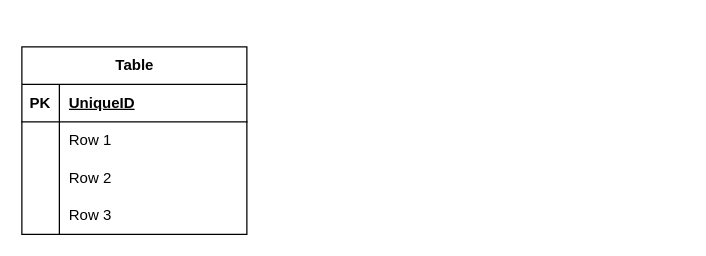
charlesmudima/draw.io keeps this draw.io diagram as WineAppSchema.drawio. Above is the earlier version. Source tidied: cells renumbered, new cells numbered last; positions are measured from the earlier drawing's top-left corner, leaving out a move shared by most shapes. Both pictures are drawn from the tidied source at 125%, with x=0, y=0 at pixel (21, 46).
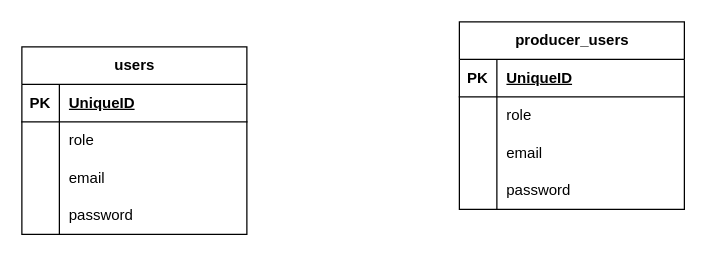
After the change.

Unchanged cells that the change refers to:
```xml
<mxCell id="6" style="shape=tableRow;horizontal=0;startSize=0;swimlaneHead=0;swimlaneBody=0;fillColor=none;top=0;left=0;right=0;bottom=0;" parent="2" vertex="1">
  <mxGeometry y="60" width="180" height="30" as="geometry" />
</mxCell>
<mxCell id="9" style="shape=tableRow;horizontal=0;startSize=0;swimlaneHead=0;swimlaneBody=0;fillColor=none;top=0;left=0;right=0;bottom=0;" parent="2" vertex="1">
  <mxGeometry y="90" width="180" height="30" as="geometry" />
</mxCell>
<mxCell id="12" style="shape=tableRow;horizontal=0;startSize=0;swimlaneHead=0;swimlaneBody=0;fillColor=none;top=0;left=0;right=0;bottom=0;" parent="2" vertex="1">
  <mxGeometry y="120" width="180" height="30" as="geometry" />
</mxCell>
```

Change to the diagram source:
```diff
@@
-    <mxCell id="2" value="Table" style="shape=table;startSize=30;childLayout=tableLayout;rowLines=0;fontStyle=1;align=center;html=1;" parent="1" vertex="1">
+    <mxCell id="2" value="users" style="shape=table;startSize=30;childLayout=tableLayout;rowLines=0;fontStyle=1;align=center;html=1;" parent="1" vertex="1">
       <mxGeometry width="180" height="150" as="geometry" />
     </mxCell>
@@
-    <mxCell id="8" value="Row 1" style="shape=partialRectangle;fillColor=none;top=0;left=0;bottom=0;right=0;align=left;spacingLeft=6;overflow=hidden;whiteSpace=wrap;html=1;" parent="6" vertex="1">
+    <mxCell id="8" value="role&lt;span style=&quot;white-space: pre;&quot;&gt;&#9;&lt;/span&gt;" style="shape=partialRectangle;fillColor=none;top=0;left=0;bottom=0;right=0;align=left;spacingLeft=6;overflow=hidden;whiteSpace=wrap;html=1;" parent="6" vertex="1">
       <mxGeometry x="30" width="150" height="30" as="geometry" />
     </mxCell>
@@
-    <mxCell id="11" value="Row 2" style="shape=partialRectangle;fillColor=none;top=0;left=0;bottom=0;right=0;align=left;spacingLeft=6;overflow=hidden;whiteSpace=wrap;html=1;" parent="9" vertex="1">
+    <mxCell id="11" value="email" style="shape=partialRectangle;fillColor=none;top=0;left=0;bottom=0;right=0;align=left;spacingLeft=6;overflow=hidden;whiteSpace=wrap;html=1;" parent="9" vertex="1">
       <mxGeometry x="30" width="150" height="30" as="geometry" />
     </mxCell>
@@
-    <mxCell id="14" value="Row 3" style="shape=partialRectangle;fillColor=none;top=0;left=0;bottom=0;right=0;align=left;spacingLeft=6;overflow=hidden;whiteSpace=wrap;html=1;" parent="12" vertex="1">
+    <mxCell id="14" value="password" style="shape=partialRectangle;fillColor=none;top=0;left=0;bottom=0;right=0;align=left;spacingLeft=6;overflow=hidden;whiteSpace=wrap;html=1;" parent="12" vertex="1">
       <mxGeometry x="30" width="150" height="30" as="geometry" />
     </mxCell>
+    <mxCell id="15" value="producer_users" style="shape=table;startSize=30;childLayout=tableLayout;rowLines=0;fontStyle=1;align=center;html=1;" parent="1" vertex="1">
+      <mxGeometry x="350" y="-20" width="180" height="150" as="geometry" />
+    </mxCell>
+    <mxCell id="16" style="shape=tableRow;horizontal=0;startSize=0;swimlaneHead=0;swimlaneBody=0;fillColor=none;top=0;left=0;right=0;bottom=1;" parent="15" vertex="1">
+      <mxGeometry y="30" width="180" height="30" as="geometry" />
+    </mxCell>
+    <mxCell id="17" value="PK" style="shape=partialRectangle;fillColor=none;top=0;left=0;bottom=0;right=0;fontStyle=1;overflow=hidden;whiteSpace=wrap;html=1;" parent="16" vertex="1">
+      <mxGeometry width="30" height="30" as="geometry" />
+    </mxCell>
+    <mxCell id="18" value="UniqueID" style="shape=partialRectangle;fillColor=none;top=0;left=0;bottom=0;right=0;align=left;spacingLeft=6;fontStyle=5;overflow=hidden;whiteSpace=wrap;html=1;" parent="16" vertex="1">
+      <mxGeometry x="30" width="150" height="30" as="geometry" />
+    </mxCell>
+    <mxCell id="19" style="shape=tableRow;horizontal=0;startSize=0;swimlaneHead=0;swimlaneBody=0;fillColor=none;top=0;left=0;right=0;bottom=0;" parent="15" vertex="1">
+      <mxGeometry y="60" width="180" height="30" as="geometry" />
+    </mxCell>
+    <mxCell id="20" style="shape=partialRectangle;fillColor=none;top=0;left=0;bottom=0;right=0;overflow=hidden;whiteSpace=wrap;html=1;" parent="19" vertex="1">
+      <mxGeometry width="30" height="30" as="geometry" />
+    </mxCell>
+    <mxCell id="21" value="role&lt;span style=&quot;white-space: pre;&quot;&gt;&#9;&lt;/span&gt;" style="shape=partialRectangle;fillColor=none;top=0;left=0;bottom=0;right=0;align=left;spacingLeft=6;overflow=hidden;whiteSpace=wrap;html=1;" parent="19" vertex="1">
+      <mxGeometry x="30" width="150" height="30" as="geometry" />
+    </mxCell>
+    <mxCell id="22" style="shape=tableRow;horizontal=0;startSize=0;swimlaneHead=0;swimlaneBody=0;fillColor=none;top=0;left=0;right=0;bottom=0;" parent="15" vertex="1">
+      <mxGeometry y="90" width="180" height="30" as="geometry" />
+    </mxCell>
+    <mxCell id="23" style="shape=partialRectangle;fillColor=none;top=0;left=0;bottom=0;right=0;overflow=hidden;whiteSpace=wrap;html=1;" parent="22" vertex="1">
+      <mxGeometry width="30" height="30" as="geometry" />
+    </mxCell>
+    <mxCell id="24" value="email" style="shape=partialRectangle;fillColor=none;top=0;left=0;bottom=0;right=0;align=left;spacingLeft=6;overflow=hidden;whiteSpace=wrap;html=1;" parent="22" vertex="1">
+      <mxGeometry x="30" width="150" height="30" as="geometry" />
+    </mxCell>
+    <mxCell id="25" style="shape=tableRow;horizontal=0;startSize=0;swimlaneHead=0;swimlaneBody=0;fillColor=none;top=0;left=0;right=0;bottom=0;" parent="15" vertex="1">
+      <mxGeometry y="120" width="180" height="30" as="geometry" />
+    </mxCell>
+    <mxCell id="26" style="shape=partialRectangle;fillColor=none;top=0;left=0;bottom=0;right=0;overflow=hidden;whiteSpace=wrap;html=1;" parent="25" vertex="1">
+      <mxGeometry width="30" height="30" as="geometry" />
+    </mxCell>
+    <mxCell id="27" value="password" style="shape=partialRectangle;fillColor=none;top=0;left=0;bottom=0;right=0;align=left;spacingLeft=6;overflow=hidden;whiteSpace=wrap;html=1;" parent="25" vertex="1">
+      <mxGeometry x="30" width="150" height="30" as="geometry" />
+    </mxCell>
```
